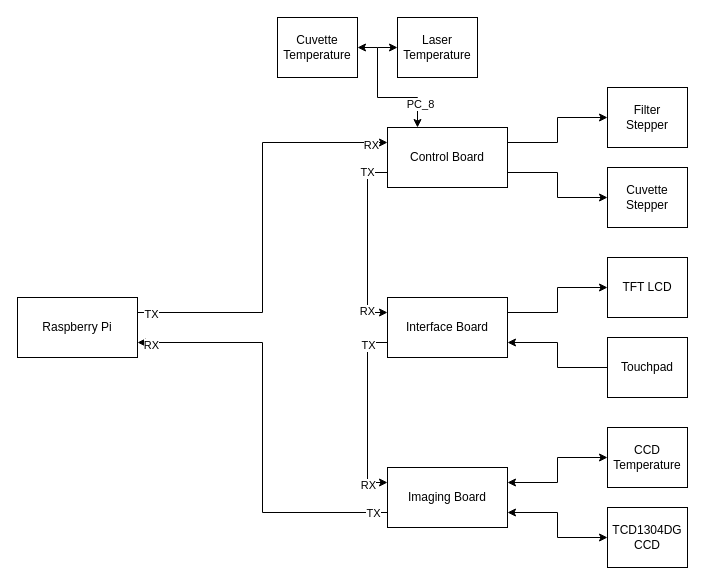
btw-ILTG/WWU-Raman-build keeps this draw.io diagram as Documentation/ramanPiBlockDiagram.drawio. Above is the earlier version. Source tidied: cells renumbered, new cells numbered last; positions are measured from the earlier drawing's top-left corner, leaving out a move shared by most shapes. Both pictures are drawn from the tidied source at 100%, with x=0, y=0 at pixel (17, 17).
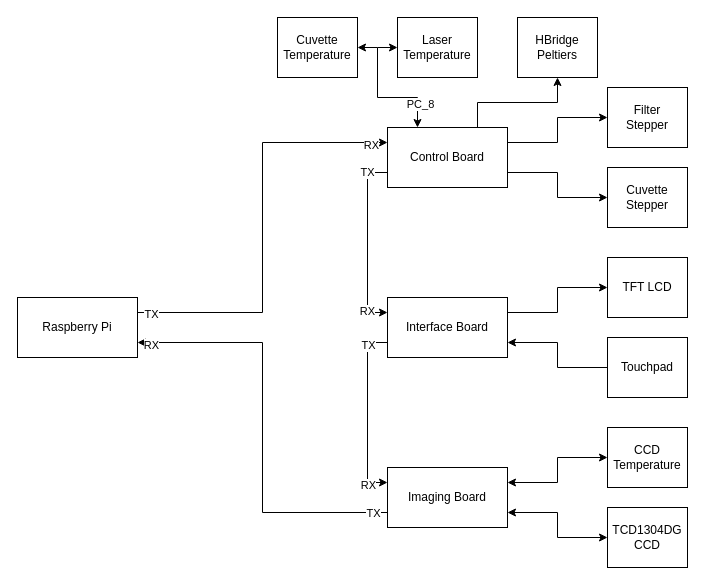
Above is the later version.

The change refers to these unchanged cells:
```xml
<mxCell id="11" value="Control Board" style="rounded=0;whiteSpace=wrap;html=1;" parent="1" vertex="1">
  <mxGeometry x="370" y="110" width="120" height="60" as="geometry" />
</mxCell>
```

What changed in the source:
```diff
@@
+    <mxCell id="36" style="edgeStyle=orthogonalEdgeStyle;rounded=0;jettySize=auto;html=1;exitX=0.75;exitY=0;exitDx=0;exitDy=0;entryX=0.5;entryY=1;entryDx=0;entryDy=0;" parent="1" edge="1" source="11" target="37">
+      <mxGeometry relative="1" as="geometry" />
+    </mxCell>
@@
+    <mxCell id="37" value="HBridge&lt;br&gt;Peltiers" style="whiteSpace=wrap;html=1;" parent="1" vertex="1">
+      <mxGeometry x="500" width="80" height="60" as="geometry" />
+    </mxCell>
```
